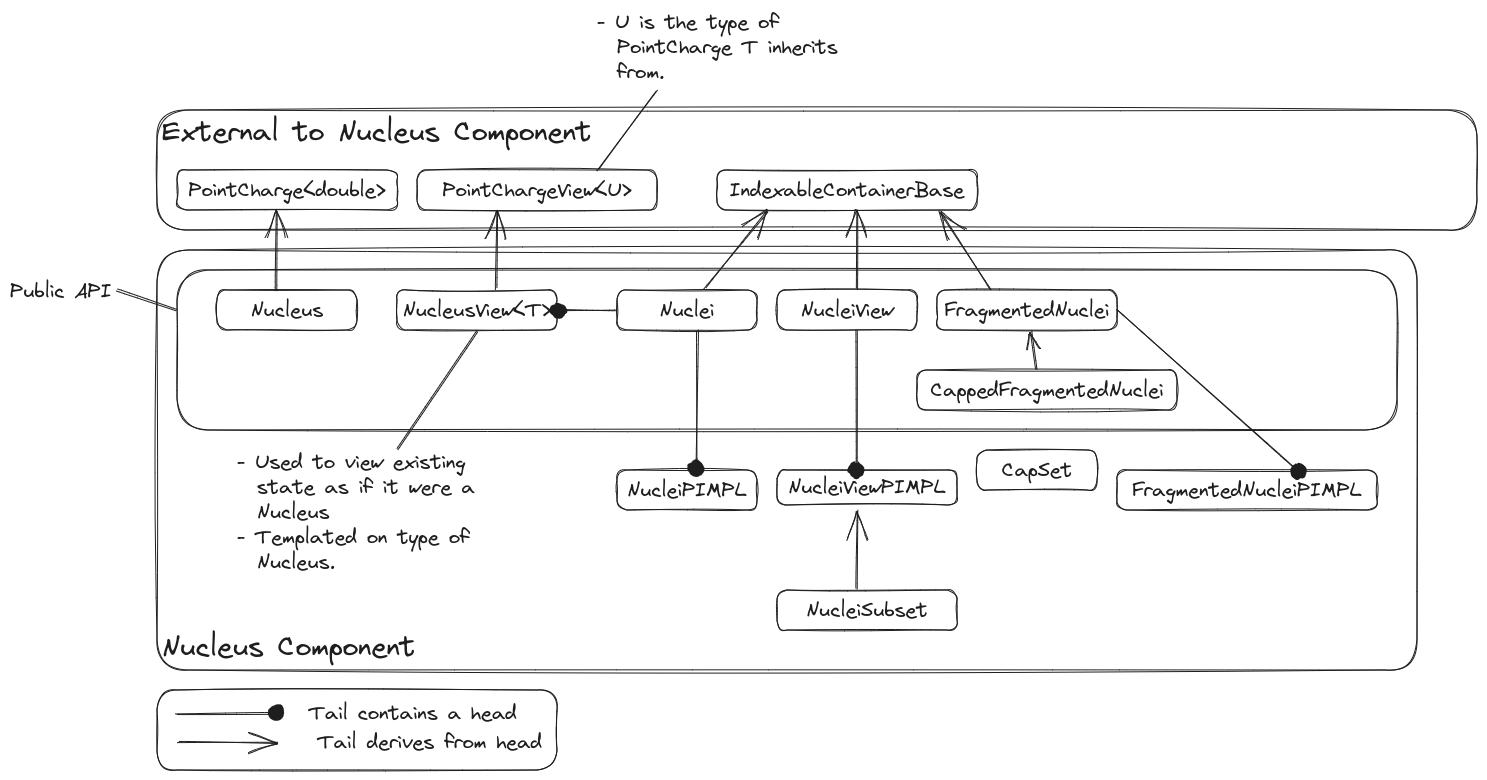
Above: docs/source/developer/design/chemistry/assets/nucleus.png in NWChemEx/Chemist (Excalidraw), before the change. Source tidied: one line per element, renumbered; positions are measured from the earlier drawing's top-left corner, leaving out a move shared by most shapes.
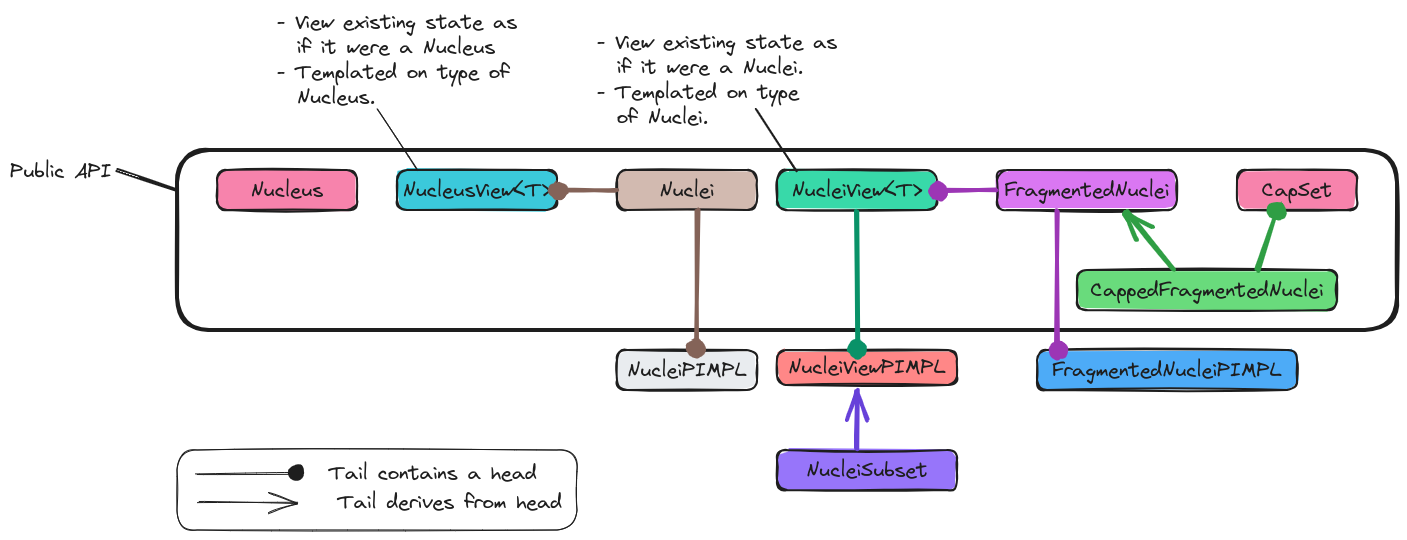
After the commit.

The edit, as a diff of the source:
```diff
@@ -1,55 +1,42 @@
-{"id": 0, "type": "rectangle", "strokeColor": "#1e1e1e", "strokeWidth": 1, "roughness": 1, "round": true, "x": 147, "y": 240, "width": 1260, "height": 420}
-{"id": 1, "type": "text", "text": "Nucleus Component", "strokeColor": "#1e1e1e", "strokeWidth": 1, "roughness": 1, "fontSize": 28, "fontFamily": 1, "verticalAlign": "bottom", "inside": 0, "x": 152, "y": 620, "width": 254, "height": 35}
-{"id": 2, "type": "rectangle", "strokeColor": "#1e1e1e", "strokeWidth": 1, "roughness": 1, "round": true, "x": 147, "y": 100, "width": 1320, "height": 120}
-{"id": 3, "type": "text", "text": "External to Nucleus Component", "strokeColor": "#1e1e1e", "strokeWidth": 1, "roughness": 1, "fontSize": 28, "fontFamily": 1, "inside": 2, "x": 152, "y": 105, "width": 430, "height": 35}
-{"id": 4, "type": "rectangle", "strokeColor": "#1e1e1e", "strokeWidth": 1, "roughness": 1, "round": true, "x": 207, "y": 280, "width": 140, "height": 40}
+{"id": 4, "type": "rectangle", "strokeColor": "#1e1e1e", "backgroundColor": "#f783ac", "fillStyle": "solid", "strokeWidth": 2, "roughness": 1, "round": true, "x": 207, "y": 280, "width": 140, "height": 40}
 {"id": 5, "type": "text", "text": "Nucleus", "strokeColor": "#1e1e1e", "strokeWidth": 1, "roughness": 1, "fontSize": 20, "fontFamily": 1, "textAlign": "center", "verticalAlign": "middle", "inside": 4, "x": 241, "y": 288, "width": 73, "height": 25}
-{"id": 6, "type": "rectangle", "strokeColor": "#1e1e1e", "strokeWidth": 1, "roughness": 1, "round": true, "x": 167, "y": 160, "width": 220, "height": 40}
-{"id": 7, "type": "text", "text": "PointCharge<double>", "strokeColor": "#1e1e1e", "strokeWidth": 1, "roughness": 1, "fontSize": 20, "fontFamily": 1, "textAlign": "center", "verticalAlign": "middle", "inside": 6, "x": 179, "y": 168, "width": 197, "height": 25}
-{"id": 8, "type": "rectangle", "strokeColor": "#1e1e1e", "strokeWidth": 1, "roughness": 1, "round": true, "x": 387, "y": 280, "width": 160, "height": 40}
+{"id": 8, "type": "rectangle", "strokeColor": "#1e1e1e", "backgroundColor": "#3bc9db", "fillStyle": "solid", "strokeWidth": 2, "roughness": 1, "round": true, "x": 387, "y": 280, "width": 160, "height": 40}
 {"id": 9, "type": "text", "text": "NucleusView<T>", "strokeColor": "#1e1e1e", "strokeWidth": 1, "roughness": 1, "fontSize": 20, "fontFamily": 1, "textAlign": "center", "verticalAlign": "middle", "inside": 8, "x": 393, "y": 288, "width": 148, "height": 25}
-{"id": 10, "type": "rectangle", "strokeColor": "#1e1e1e", "strokeWidth": 1, "roughness": 1, "round": true, "x": 407, "y": 160, "width": 240, "height": 40}
-{"id": 11, "type": "text", "text": "PointChargeView<U>", "strokeColor": "#1e1e1e", "strokeWidth": 1, "roughness": 1, "fontSize": 20, "fontFamily": 1, "textAlign": "center", "verticalAlign": "middle", "inside": 10, "x": 433, "y": 168, "width": 189, "height": 25}
-{"id": 12, "type": "text", "text": "- Used to view existing\n  state as if it were a\n  Nucleus\n- Templated on type of\n  Nucleus.", "strokeColor": "#1e1e1e", "strokeWidth": 1, "roughness": 1, "fontSize": 20, "fontFamily": 1, "x": 227, "y": 440, "width": 238, "height": 125}
+{"id": 12, "type": "text", "text": "- View existing state as \n  if it were a Nucleus\n- Templated on type of\n  Nucleus.", "strokeColor": "#1e1e1e", "strokeWidth": 1, "roughness": 1, "fontSize": 20, "fontFamily": 1, "x": 267, "y": 120, "width": 250, "height": 100}
-{"id": 13, "type": "text", "text": "- U is the type of \n  PointCharge T inherits\n  from.", "strokeColor": "#1e1e1e", "strokeWidth": 1, "roughness": 1, "fontSize": 20, "fontFamily": 1, "x": 587, "y": 0, "width": 241, "height": 75}
-{"id": 14, "type": "rectangle", "strokeColor": "#1e1e1e", "strokeWidth": 1, "roughness": 1, "round": true, "x": 707, "y": 160, "width": 260, "height": 40}
-{"id": 15, "type": "text", "text": "IndexableContainerBase", "strokeColor": "#1e1e1e", "strokeWidth": 1, "roughness": 1, "fontSize": 20, "fontFamily": 1, "textAlign": "center", "verticalAlign": "middle", "inside": 14, "x": 720, "y": 168, "width": 234, "height": 25}
-{"id": 16, "type": "rectangle", "strokeColor": "#1e1e1e", "strokeWidth": 1, "roughness": 1, "round": true, "x": 607, "y": 280, "width": 140, "height": 40}
+{"id": 16, "type": "rectangle", "strokeColor": "#1e1e1e", "backgroundColor": "#d2bab0", "fillStyle": "solid", "strokeWidth": 2, "roughness": 1, "round": true, "x": 607, "y": 280, "width": 140, "height": 40}
 {"id": 17, "type": "text", "text": "Nuclei", "strokeColor": "#1e1e1e", "strokeWidth": 1, "roughness": 1, "fontSize": 20, "fontFamily": 1, "textAlign": "center", "verticalAlign": "middle", "inside": 16, "x": 650, "y": 288, "width": 55, "height": 25}
-{"id": 18, "type": "rectangle", "strokeColor": "#1e1e1e", "strokeWidth": 1, "roughness": 1, "round": true, "x": 767, "y": 280, "width": 140, "height": 40}
+{"id": 18, "type": "rectangle", "strokeColor": "#1e1e1e", "backgroundColor": "#38d9a9", "fillStyle": "solid", "strokeWidth": 2, "roughness": 1, "round": true, "x": 767, "y": 280, "width": 160, "height": 40}
-{"id": 19, "type": "text", "text": "NucleiView", "strokeColor": "#1e1e1e", "strokeWidth": 1, "roughness": 1, "fontSize": 20, "fontFamily": 1, "textAlign": "center", "verticalAlign": "middle", "inside": 18, "x": 791, "y": 288, "width": 93, "height": 25}
+{"id": 19, "type": "text", "text": "NucleiView<T>", "strokeColor": "#1e1e1e", "strokeWidth": 1, "roughness": 1, "fontSize": 20, "fontFamily": 1, "textAlign": "center", "verticalAlign": "middle", "inside": 18, "x": 782, "y": 288, "width": 131, "height": 25}
-{"id": 20, "type": "arrow", "strokeColor": "#1e1e1e", "strokeWidth": 1, "roughness": 1, "endArrowhead": "arrow", "round": true, "from": 4, "to": 6, "x": 267, "y": 280, "width": 0, "height": 80, "points": [[0, 0], [0, -80]]}
-{"id": 21, "type": "arrow", "strokeColor": "#1e1e1e", "strokeWidth": 1, "roughness": 1, "endArrowhead": "arrow", "round": true, "from": 8, "to": 10, "x": 487, "y": 279, "width": 0, "height": 78, "points": [[0, 0], [0, -78]]}
-{"id": 22, "type": "arrow", "strokeColor": "#1e1e1e", "strokeWidth": 1, "roughness": 1, "endArrowhead": "arrow", "round": true, "from": 16, "to": 14, "x": 694, "y": 279, "width": 63, "height": 78, "points": [[0, 0], [63, -78]]}
-{"id": 23, "type": "arrow", "strokeColor": "#1e1e1e", "strokeWidth": 1, "roughness": 1, "endArrowhead": "arrow", "round": true, "from": 18, "to": 14, "x": 847, "y": 280, "width": 0, "height": 80, "points": [[0, 0], [0, -80]]}
-{"id": 24, "type": "line", "strokeColor": "#1e1e1e", "strokeWidth": 1, "roughness": 1, "round": true, "x": 588, "y": 161, "width": 60, "height": 80, "points": [[0, 0], [60, -80]]}
-{"id": 25, "type": "rectangle", "strokeColor": "#1e1e1e", "strokeWidth": 1, "roughness": 1, "round": true, "x": 607, "y": 460, "width": 140, "height": 40}
+{"id": 25, "type": "rectangle", "strokeColor": "#1e1e1e", "backgroundColor": "#e9ecef", "fillStyle": "solid", "strokeWidth": 2, "roughness": 1, "round": true, "x": 607, "y": 460, "width": 140, "height": 40}
 {"id": 26, "type": "text", "text": "NucleiPIMPL", "strokeColor": "#1e1e1e", "strokeWidth": 1, "roughness": 1, "fontSize": 20, "fontFamily": 1, "textAlign": "center", "verticalAlign": "middle", "inside": 25, "x": 617, "y": 468, "width": 119, "height": 25}
-{"id": 27, "type": "rectangle", "strokeColor": "#1e1e1e", "strokeWidth": 1, "roughness": 1, "round": true, "x": 767, "y": 460, "width": 180, "height": 35}
+{"id": 27, "type": "rectangle", "strokeColor": "#1e1e1e", "backgroundColor": "#ff8787", "fillStyle": "solid", "strokeWidth": 2, "roughness": 1, "round": true, "x": 767, "y": 460, "width": 180, "height": 35}
 {"id": 28, "type": "text", "text": "NucleiViewPIMPL", "strokeColor": "#1e1e1e", "strokeWidth": 1, "roughness": 1, "fontSize": 20, "fontFamily": 1, "textAlign": "center", "verticalAlign": "middle", "inside": 27, "x": 778, "y": 465, "width": 157, "height": 25}
-{"id": 29, "type": "rectangle", "strokeColor": "#1e1e1e", "strokeWidth": 1, "roughness": 1, "round": true, "x": 767, "y": 580, "width": 180, "height": 40}
+{"id": 29, "type": "rectangle", "strokeColor": "#1e1e1e", "backgroundColor": "#9775fa", "fillStyle": "solid", "strokeWidth": 2, "roughness": 1, "round": true, "x": 767, "y": 560, "width": 180, "height": 40}
-{"id": 30, "type": "text", "text": "NucleiSubset", "strokeColor": "#1e1e1e", "strokeWidth": 1, "roughness": 1, "fontSize": 20, "fontFamily": 1, "textAlign": "center", "verticalAlign": "middle", "inside": 29, "x": 796, "y": 588, "width": 122, "height": 25}
+{"id": 30, "type": "text", "text": "NucleiSubset", "strokeColor": "#1e1e1e", "strokeWidth": 1, "roughness": 1, "fontSize": 20, "fontFamily": 1, "textAlign": "center", "verticalAlign": "middle", "inside": 29, "x": 796, "y": 568, "width": 122, "height": 25}
-{"id": 31, "type": "arrow", "strokeColor": "#1e1e1e", "strokeWidth": 1, "roughness": 1, "endArrowhead": "arrow", "round": true, "from": 29, "to": 27, "x": 847, "y": 579, "width": 0, "height": 79, "points": [[0, 0], [0, -79]]}
+{"id": 31, "type": "arrow", "strokeColor": "#6741d9", "strokeWidth": 4, "roughness": 1, "endArrowhead": "arrow", "round": true, "from": 29, "to": 27, "x": 847, "y": 559, "width": 0, "height": 59, "points": [[0, 0], [0, -59]]}
-{"id": 32, "type": "line", "strokeColor": "#1e1e1e", "strokeWidth": 1, "roughness": 1, "round": true, "x": 387, "y": 440, "width": 80, "height": 119, "points": [[0, 0], [80, -119]]}
+{"id": 32, "type": "line", "strokeColor": "#1e1e1e", "strokeWidth": 1, "roughness": 1, "round": true, "x": 367, "y": 220, "width": 40, "height": 60, "points": [[0, 0], [40, 60]]}
-{"id": 33, "type": "rectangle", "strokeColor": "#1e1e1e", "strokeWidth": 1, "roughness": 1, "round": true, "x": 167, "y": 260, "width": 1220, "height": 160}
+{"id": 33, "type": "rectangle", "strokeColor": "#1e1e1e", "strokeWidth": 4, "roughness": 1, "round": true, "x": 167, "y": 260, "width": 1220, "height": 180}
 {"id": 34, "type": "text", "text": "Public API", "strokeColor": "#1e1e1e", "strokeWidth": 1, "roughness": 1, "fontSize": 20, "fontFamily": 1, "x": 0, "y": 269, "width": 102, "height": 25}
-{"id": 35, "type": "line", "strokeColor": "#1e1e1e", "strokeWidth": 1, "roughness": 1, "round": true, "x": 107, "y": 280, "width": 60, "height": 20, "points": [[0, 0], [60, 20]]}
+{"id": 35, "type": "line", "strokeColor": "#1e1e1e", "strokeWidth": 2, "roughness": 1, "round": true, "x": 107, "y": 280, "width": 60, "height": 20, "points": [[0, 0], [60, 20]]}
-{"id": 36, "type": "arrow", "strokeColor": "#1e1e1e", "strokeWidth": 1, "roughness": 1, "endArrowhead": "dot", "round": true, "from": 16, "to": 25, "x": 687, "y": 321, "width": 0, "height": 138, "points": [[0, 0], [0, 138]]}
+{"id": 36, "type": "arrow", "strokeColor": "#846358", "strokeWidth": 4, "roughness": 1, "endArrowhead": "dot", "round": true, "from": 16, "to": 25, "x": 687, "y": 321, "width": 0, "height": 138, "points": [[0, 0], [0, 138]]}
-{"id": 37, "type": "arrow", "strokeColor": "#1e1e1e", "strokeWidth": 1, "roughness": 1, "endArrowhead": "dot", "round": true, "from": 18, "to": 27, "x": 847, "y": 320, "width": 0, "height": 140, "points": [[0, 0], [0, 140]]}
+{"id": 37, "type": "arrow", "strokeColor": "#099268", "strokeWidth": 4, "roughness": 1, "endArrowhead": "dot", "round": true, "from": 18, "to": 27, "x": 847, "y": 321, "width": 1, "height": 138, "points": [[0, 0], [1, 138]]}
-{"id": 38, "type": "arrow", "strokeColor": "#1e1e1e", "strokeWidth": 1, "roughness": 1, "endArrowhead": "dot", "round": true, "x": 167, "y": 704, "width": 100, "height": 0, "points": [[0, 0], [100, 0]]}
+{"id": 38, "type": "arrow", "strokeColor": "#1e1e1e", "strokeWidth": 1, "roughness": 1, "endArrowhead": "dot", "round": true, "x": 187, "y": 584, "width": 100, "height": 0, "points": [[0, 0], [100, 0]]}
-{"id": 39, "type": "text", "text": "Tail contains a head", "strokeColor": "#1e1e1e", "strokeWidth": 1, "roughness": 1, "fontSize": 20, "fontFamily": 1, "x": 299, "y": 691, "width": 208, "height": 25}
+{"id": 39, "type": "text", "text": "Tail contains a head", "strokeColor": "#1e1e1e", "strokeWidth": 1, "roughness": 1, "fontSize": 20, "fontFamily": 1, "x": 319, "y": 571, "width": 208, "height": 25}
-{"id": 40, "type": "arrow", "strokeColor": "#1e1e1e", "strokeWidth": 1, "roughness": 1, "endArrowhead": "arrow", "round": true, "x": 168, "y": 733, "width": 100, "height": 0, "points": [[0, 0], [100, 0]]}
+{"id": 40, "type": "arrow", "strokeColor": "#1e1e1e", "strokeWidth": 1, "roughness": 1, "endArrowhead": "arrow", "round": true, "x": 188, "y": 613, "width": 100, "height": 0, "points": [[0, 0], [100, 0]]}
-{"id": 41, "type": "text", "text": "Tail derives from head", "strokeColor": "#1e1e1e", "strokeWidth": 1, "roughness": 1, "fontSize": 20, "fontFamily": 1, "x": 308, "y": 720, "width": 224, "height": 25}
+{"id": 41, "type": "text", "text": "Tail derives from head", "strokeColor": "#1e1e1e", "strokeWidth": 1, "roughness": 1, "fontSize": 20, "fontFamily": 1, "x": 328, "y": 600, "width": 224, "height": 25}
-{"id": 42, "type": "rectangle", "strokeColor": "#1e1e1e", "strokeWidth": 1, "roughness": 1, "round": true, "x": 147, "y": 680, "width": 400, "height": 80}
+{"id": 42, "type": "rectangle", "strokeColor": "#1e1e1e", "strokeWidth": 1, "roughness": 1, "round": true, "x": 167, "y": 560, "width": 400, "height": 80}
-{"id": 43, "type": "rectangle", "strokeColor": "#1e1e1e", "strokeWidth": 1, "roughness": 1, "round": true, "x": 927, "y": 280, "width": 180, "height": 40}
+{"id": 43, "type": "rectangle", "strokeColor": "#1e1e1e", "backgroundColor": "#da77f2", "fillStyle": "solid", "strokeWidth": 2, "roughness": 1, "round": true, "x": 987, "y": 280, "width": 180, "height": 40}
-{"id": 44, "type": "text", "text": "FragmentedNuclei", "strokeColor": "#1e1e1e", "strokeWidth": 1, "roughness": 1, "fontSize": 20, "fontFamily": 1, "textAlign": "center", "verticalAlign": "middle", "inside": 43, "x": 935, "y": 288, "width": 165, "height": 25}
+{"id": 44, "type": "text", "text": "FragmentedNuclei", "strokeColor": "#1e1e1e", "strokeWidth": 1, "roughness": 1, "fontSize": 20, "fontFamily": 1, "textAlign": "center", "verticalAlign": "middle", "inside": 43, "x": 995, "y": 288, "width": 165, "height": 25}
-{"id": 45, "type": "arrow", "strokeColor": "#1e1e1e", "strokeWidth": 1, "roughness": 1, "endArrowhead": "arrow", "round": true, "from": 43, "to": 14, "x": 981, "y": 279, "width": 51, "height": 78, "points": [[0, 0], [-51, -78]]}
-{"id": 46, "type": "arrow", "strokeColor": "#1e1e1e", "strokeWidth": 1, "roughness": 1, "endArrowhead": "dot", "round": true, "from": 16, "to": 8, "x": 606, "y": 300, "width": 58, "height": 0, "points": [[0, 0], [-58, 0]]}
+{"id": 46, "type": "arrow", "strokeColor": "#846358", "strokeWidth": 4, "roughness": 1, "endArrowhead": "dot", "round": true, "from": 16, "to": 8, "x": 606, "y": 300, "width": 58, "height": 0, "points": [[0, 0], [-58, 0]]}
-{"id": 47, "type": "rectangle", "strokeColor": "#1e1e1e", "strokeWidth": 1, "roughness": 1, "round": true, "x": 1107, "y": 460, "width": 260, "height": 40}
+{"id": 47, "type": "rectangle", "strokeColor": "#1e1e1e", "backgroundColor": "#4dabf7", "fillStyle": "solid", "strokeWidth": 2, "roughness": 1, "round": true, "x": 1027, "y": 460, "width": 260, "height": 40}
-{"id": 48, "type": "text", "text": "FragmentedNucleiPIMPL", "strokeColor": "#1e1e1e", "strokeWidth": 1, "roughness": 1, "fontSize": 20, "fontFamily": 1, "textAlign": "center", "verticalAlign": "middle", "inside": 47, "x": 1122, "y": 468, "width": 229, "height": 25}
+{"id": 48, "type": "text", "text": "FragmentedNucleiPIMPL", "strokeColor": "#1e1e1e", "strokeWidth": 1, "roughness": 1, "fontSize": 20, "fontFamily": 1, "textAlign": "center", "verticalAlign": "middle", "inside": 47, "x": 1042, "y": 468, "width": 229, "height": 25}
-{"id": 49, "type": "arrow", "strokeColor": "#1e1e1e", "strokeWidth": 1, "roughness": 1, "endArrowhead": "dot", "round": true, "from": 43, "to": 47, "x": 1107, "y": 300, "width": 180, "height": 160, "points": [[0, 0], [180, 160]]}
+{"id": 49, "type": "arrow", "strokeColor": "#9c36b5", "strokeWidth": 4, "roughness": 1, "endArrowhead": "dot", "round": true, "from": 43, "to": 47, "x": 1047, "y": 321, "width": 0, "height": 138, "points": [[0, 0], [0, 138]]}
-{"id": 50, "type": "rectangle", "strokeColor": "#1e1e1e", "strokeWidth": 1, "roughness": 1, "round": true, "x": 967, "y": 440, "width": 120, "height": 40}
+{"id": 50, "type": "rectangle", "strokeColor": "#1e1e1e", "backgroundColor": "#f783ac", "fillStyle": "solid", "strokeWidth": 2, "roughness": 1, "round": true, "x": 1227, "y": 280, "width": 120, "height": 40}
-{"id": 51, "type": "text", "text": "CapSet", "strokeColor": "#1e1e1e", "strokeWidth": 1, "roughness": 1, "fontSize": 20, "fontFamily": 1, "textAlign": "center", "verticalAlign": "middle", "inside": 50, "x": 992, "y": 448, "width": 70, "height": 25}
+{"id": 51, "type": "text", "text": "CapSet", "strokeColor": "#1e1e1e", "strokeWidth": 1, "roughness": 1, "fontSize": 20, "fontFamily": 1, "textAlign": "center", "verticalAlign": "middle", "inside": 50, "x": 1252, "y": 288, "width": 70, "height": 25}
-{"id": 52, "type": "rectangle", "strokeColor": "#1e1e1e", "strokeWidth": 1, "roughness": 1, "round": true, "x": 907, "y": 360, "width": 260, "height": 40}
+{"id": 52, "type": "rectangle", "strokeColor": "#1e1e1e", "backgroundColor": "#69db7c", "fillStyle": "solid", "strokeWidth": 2, "roughness": 1, "round": true, "x": 1067, "y": 380, "width": 260, "height": 40}
-{"id": 53, "type": "text", "text": "CappedFragmentedNuclei", "strokeColor": "#1e1e1e", "strokeWidth": 1, "roughness": 1, "fontSize": 20, "fontFamily": 1, "textAlign": "center", "verticalAlign": "middle", "inside": 52, "x": 920, "y": 368, "width": 233, "height": 25}
+{"id": 53, "type": "text", "text": "CappedFragmentedNuclei", "strokeColor": "#1e1e1e", "strokeWidth": 1, "roughness": 1, "fontSize": 20, "fontFamily": 1, "textAlign": "center", "verticalAlign": "middle", "inside": 52, "x": 1080, "y": 388, "width": 233, "height": 25}
-{"id": 54, "type": "arrow", "strokeColor": "#1e1e1e", "strokeWidth": 1, "roughness": 1, "endArrowhead": "arrow", "round": true, "from": 52, "to": 43, "x": 1027, "y": 359, "width": 5, "height": 38, "points": [[0, 0], [-5, -38]]}
+{"id": 54, "type": "arrow", "strokeColor": "#2f9e44", "strokeWidth": 4, "roughness": 1, "endArrowhead": "arrow", "round": true, "from": 52, "to": 43, "x": 1164, "y": 379, "width": 46, "height": 58, "points": [[0, 0], [-46, -58]]}
+{"id": 55, "type": "arrow", "strokeColor": "#9c36b5", "strokeWidth": 4, "roughness": 1, "endArrowhead": "dot", "round": true, "from": 43, "to": 18, "x": 986, "y": 300, "width": 58, "height": 0, "points": [[0, 0], [-58, 0]]}
+{"id": 56, "type": "text", "text": "- View existing state as\n  if it were a Nuclei.\n- Templated on type\n  of Nuclei.", "strokeColor": "#1e1e1e", "backgroundColor": "#40c057", "fillStyle": "solid", "strokeWidth": 2, "roughness": 1, "fontSize": 20, "fontFamily": 1, "x": 587, "y": 140, "width": 240, "height": 100}
+{"id": 57, "type": "line", "strokeColor": "#1e1e1e", "backgroundColor": "#40c057", "fillStyle": "solid", "strokeWidth": 2, "roughness": 1, "round": true, "x": 747, "y": 220, "width": 40, "height": 60, "points": [[0, 0], [40, 60]]}
+{"id": 58, "type": "arrow", "strokeColor": "#2f9e44", "backgroundColor": "#4dabf7", "fillStyle": "solid", "strokeWidth": 4, "roughness": 1, "endArrowhead": "dot", "round": true, "from": 52, "x": 1247, "y": 380, "width": 20, "height": 60, "points": [[0, 0], [20, -60]]}
```
